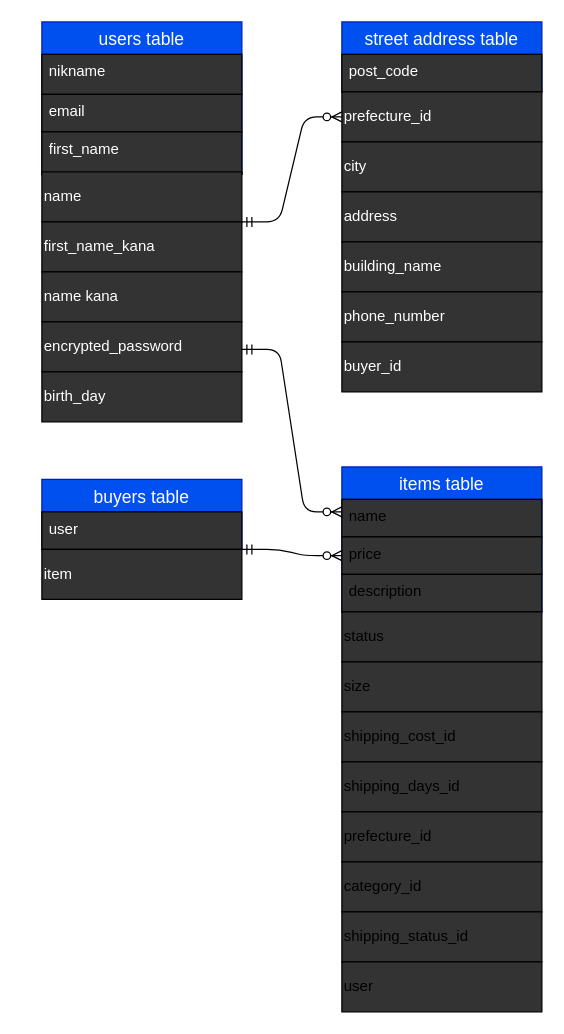
yosida0929/furima-31487 keeps this draw.io diagram as db.dio. Above is the earlier version. Source tidied: cells renumbered, new cells numbered last; positions are measured from the earlier drawing's top-left corner, leaving out a move shared by most shapes. Both pictures are drawn from the tidied source at 125%, with x=0, y=0 at pixel (41, 21).
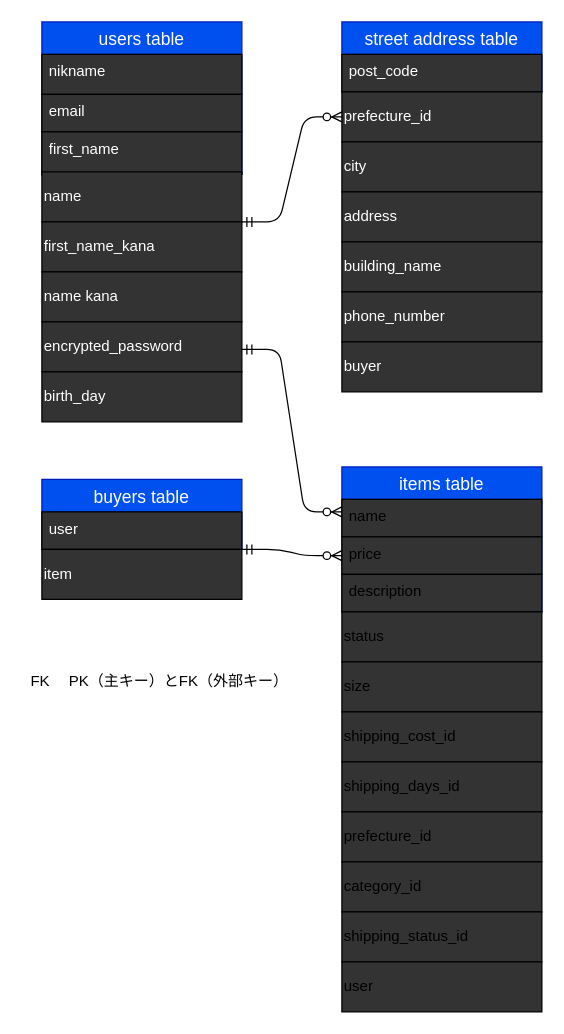
The same page after the edit.

Commit message:
DB 設計 README ER図修正11

The edit, as a diff of the source:
```diff
@@
-    <mxCell id="18" value="buyer_id" style="whiteSpace=wrap;align=left;gradientColor=none;fillColor=#333333;strokeColor=#000000;fontColor=#FFFFFF;" parent="1" vertex="1">
+    <mxCell id="18" value="buyer" style="whiteSpace=wrap;align=left;gradientColor=none;fillColor=#333333;strokeColor=#000000;fontColor=#FFFFFF;" parent="1" vertex="1">
       <mxGeometry x="240" y="256" width="160" height="40" as="geometry" />
     </mxCell>
@@
+    <mxCell id="37" style="shape=table;startSize=0;childLayout=tableLayout;rowLines=0;fontStyle=0;align=center;strokeColor=none;fillColor=none;fontColor=#FFFFFF;" parent="1" vertex="1">
+      <mxGeometry x="-16" y="512" width="284" height="30" as="geometry" />
+    </mxCell>
+    <mxCell id="38" style="shape=partialRectangle;fillColor=none;top=0;left=0;bottom=0;right=0;" parent="37" vertex="1">
+      <mxGeometry width="284" height="30" as="geometry" />
+    </mxCell>
+    <mxCell id="39" value="FK" style="shape=partialRectangle;fillColor=none;top=0;left=0;bottom=0;right=0;fontStyle=0;overflow=hidden;" parent="38" vertex="1">
+      <mxGeometry width="30" height="30" as="geometry" />
+    </mxCell>
+    <mxCell id="40" value="PK（主キー）とFK（外部キー）" style="shape=partialRectangle;fillColor=none;top=0;left=0;bottom=0;right=0;align=left;spacingLeft=6;fontStyle=0;overflow=hidden;" parent="38" vertex="1">
+      <mxGeometry x="30" width="254" height="30" as="geometry" />
+    </mxCell>
```
